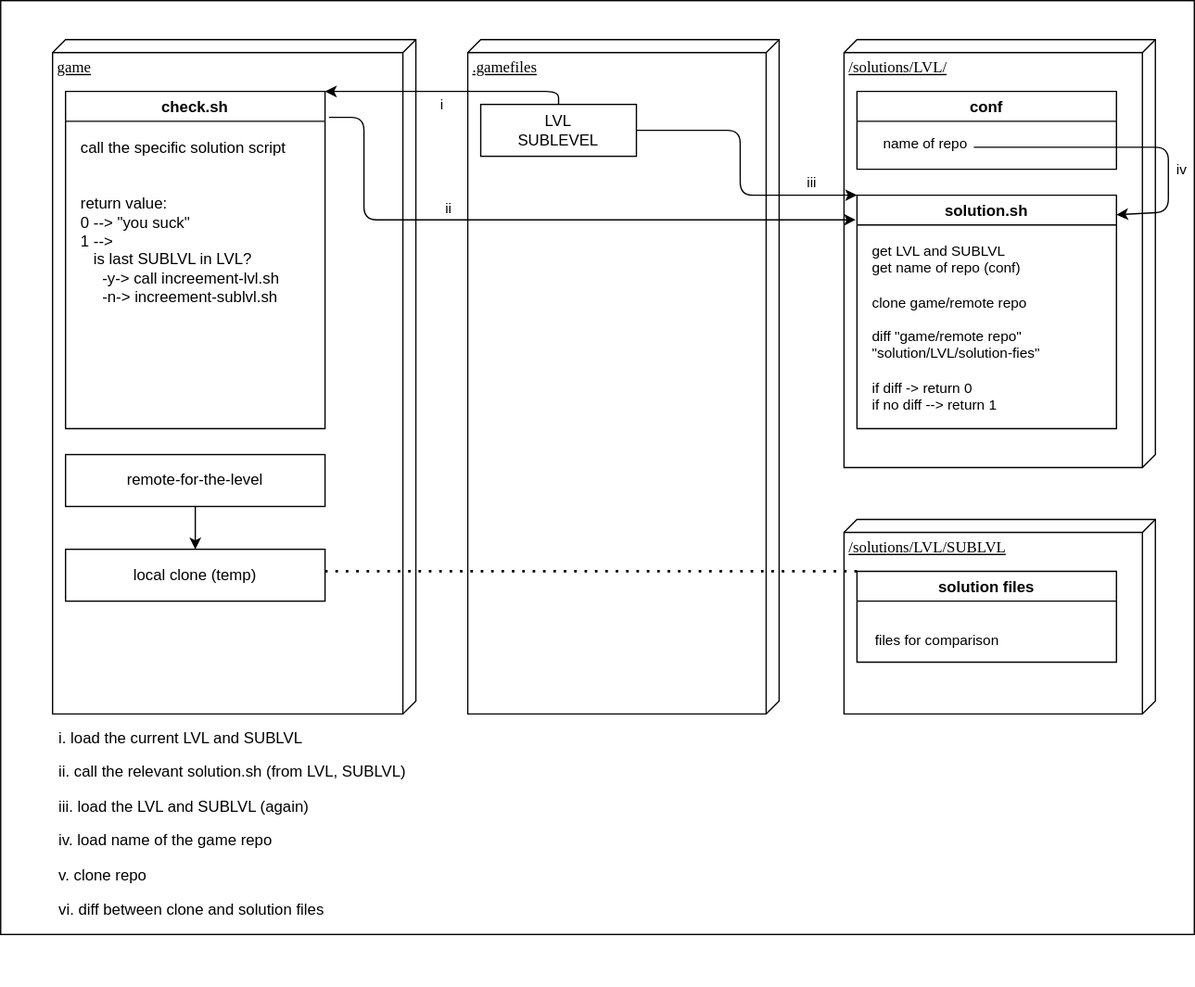
Above: docs/images/check-solution.svg in ruanha/the-git-gud-game (draw.io), before the change. Source tidied: cells renumbered, new cells last; positions are measured from the earlier drawing's top-left corner, leaving out a move shared by most shapes.
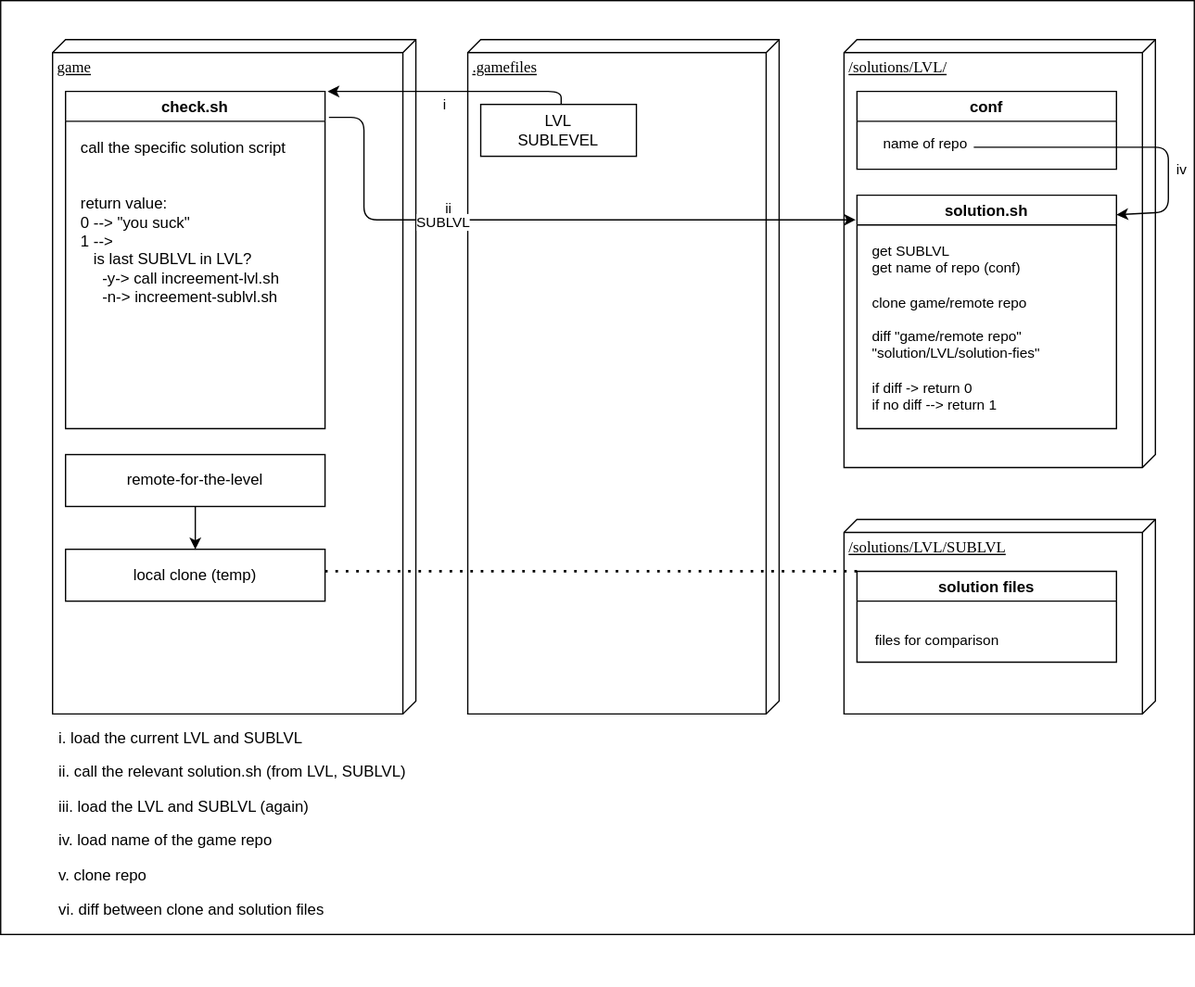
The same file after the commit.

Change to the diagram source:
```diff
@@ -54,17 +54,9 @@
     <mxCell id="16" value="solution.sh" style="swimlane;" parent="1" vertex="1">
       <mxGeometry x="660" y="150" width="200" height="180" as="geometry" />
     </mxCell>
-    <mxCell id="17" value="&lt;div&gt;get LVL and SUBLVL&lt;br&gt;&lt;/div&gt;&lt;div&gt;get name of repo (conf)&lt;/div&gt;&lt;div&gt;&lt;br&gt;&lt;/div&gt;&lt;div&gt;&lt;div&gt;clone game/remote repo&lt;/div&gt;&lt;/div&gt;&lt;div&gt;&lt;br&gt;&lt;/div&gt;&lt;div&gt;&lt;div&gt;diff &quot;game/remote repo&quot; &quot;solution/LVL/solution-fies&quot;&lt;br&gt;&lt;/div&gt;&lt;div&gt;&lt;br&gt;&lt;/div&gt;&lt;div&gt;if diff -&amp;gt; return 0&lt;/div&gt;&lt;div&gt;if no diff --&amp;gt; return 1&lt;br&gt;&lt;/div&gt;&lt;/div&gt;" style="text;html=1;strokeColor=none;fillColor=none;align=left;verticalAlign=top;whiteSpace=wrap;rounded=0;fontSize=11;" parent="16" vertex="1">
+    <mxCell id="17" value="&lt;div&gt;get SUBLVL&lt;br&gt;&lt;/div&gt;&lt;div&gt;get name of repo (conf)&lt;/div&gt;&lt;div&gt;&lt;br&gt;&lt;/div&gt;&lt;div&gt;&lt;div&gt;clone game/remote repo&lt;/div&gt;&lt;/div&gt;&lt;div&gt;&lt;br&gt;&lt;/div&gt;&lt;div&gt;&lt;div&gt;diff &quot;game/remote repo&quot; &quot;solution/LVL/solution-fies&quot;&lt;br&gt;&lt;/div&gt;&lt;div&gt;&lt;br&gt;&lt;/div&gt;&lt;div&gt;if diff -&amp;gt; return 0&lt;/div&gt;&lt;div&gt;if no diff --&amp;gt; return 1&lt;br&gt;&lt;/div&gt;&lt;/div&gt;" style="text;html=1;strokeColor=none;fillColor=none;align=left;verticalAlign=top;whiteSpace=wrap;rounded=0;fontSize=11;" parent="16" vertex="1">
       <mxGeometry x="10" y="30" width="174" height="120" as="geometry" />
     </mxCell>
-    <mxCell id="18" value="iii" style="endArrow=classic;html=1;exitX=1;exitY=0.5;exitDx=0;exitDy=0;entryX=0;entryY=0;entryDx=0;entryDy=0;" parent="1" edge="1" source="12" target="16">
-      <mxGeometry x="0.68" y="10" relative="1" as="geometry">
-        <Array as="points">
-          <mxPoint x="570" y="100" />
-          <mxPoint x="570" y="150" />
-        </Array>
-      </mxGeometry>
-    </mxCell>
     <mxCell id="19" value="ii" style="endArrow=classic;html=1;" parent="1" edge="1">
       <mxGeometry x="-0.3" y="9" relative="1" as="geometry">
         <mxPoint x="253" y="90" as="sourcePoint" />
@@ -75,11 +67,17 @@
         </Array>
       </mxGeometry>
     </mxCell>
+    <mxCell id="25" value="SUBLVL" style="edgeLabel;html=1;align=center;verticalAlign=middle;" parent="19" vertex="1">
+      <mxGeometry x="-0.35" relative="1" as="geometry">
+        <mxPoint x="8" y="1" as="offset" />
+      </mxGeometry>
+    </mxCell>
-    <mxCell id="20" value="i" style="endArrow=classic;html=1;exitX=0.5;exitY=0;exitDx=0;exitDy=0;" parent="1" edge="1" source="12">
+    <mxCell id="20" value="i" style="endArrow=classic;html=1;exitX=0.5;exitY=0;exitDx=0;exitDy=0;" parent="1" edge="1">
       <mxGeometry x="0.05" y="10" relative="1" as="geometry">
-        <mxPoint x="250" y="70" as="targetPoint" />
+        <mxPoint x="432" y="80" as="sourcePoint" />
+        <mxPoint x="252" y="70" as="targetPoint" />
         <Array as="points">
-          <mxPoint x="430" y="70" />
+          <mxPoint x="432" y="70" />
         </Array>
       </mxGeometry>
     </mxCell>
```
